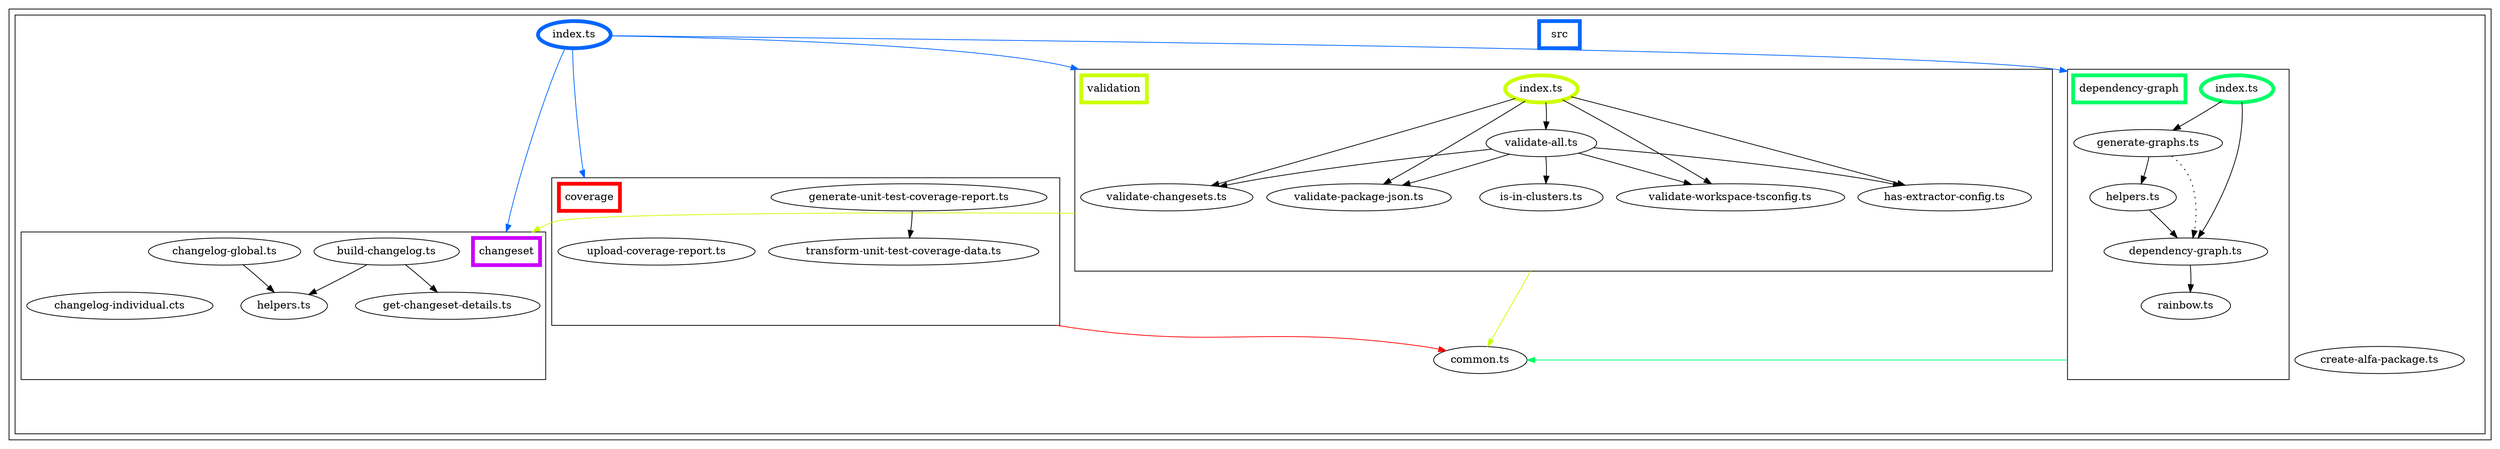
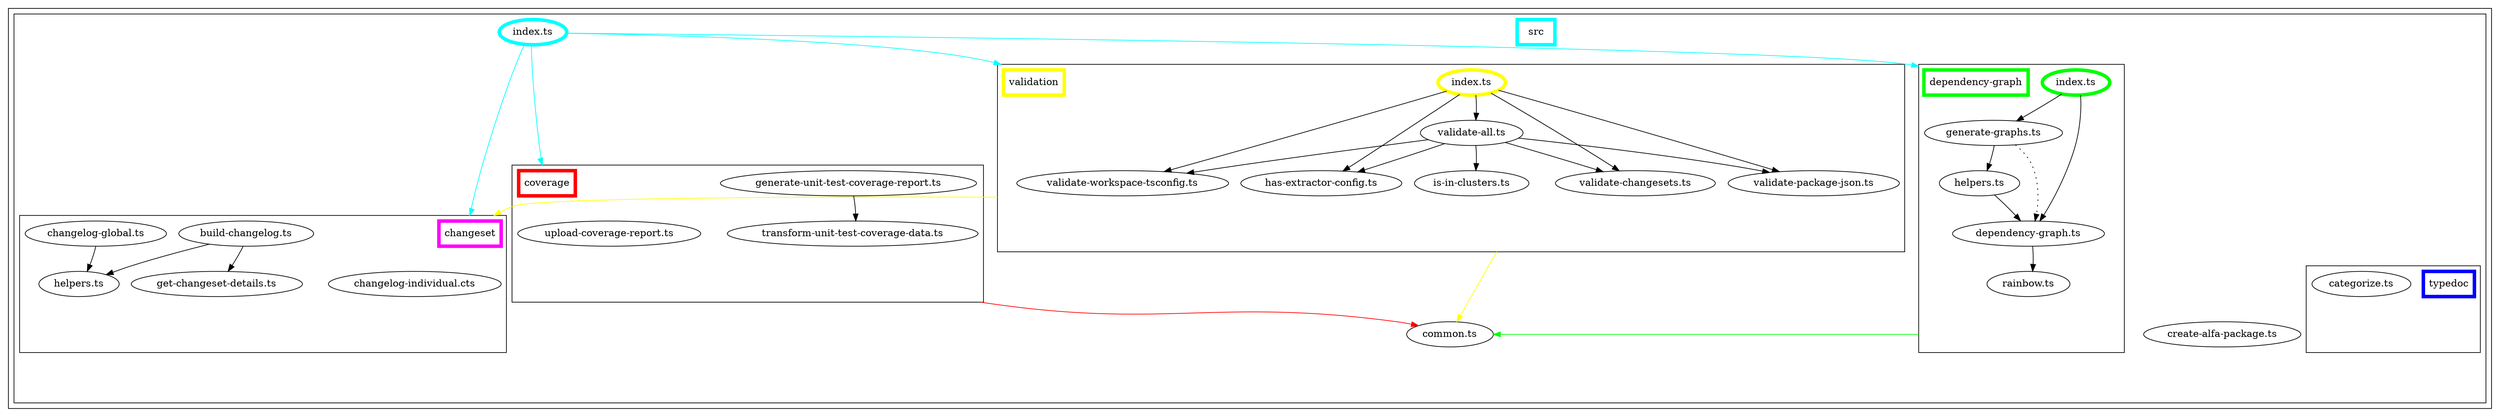
digraph "dependency-graph-@siteimprove/alfa-toolchain" {
  compound = true;
  "src/dependency-graph/rainbow.ts";
  "src/common.ts";
  "exit_src/coverage";
  "src/coverage/transform-unit-test-coverage-data.ts";
  "src/dependency-graph/dependency-graph.ts";
  "src/dependency-graph/generate-graphs.ts";
  "src/changeset/get-changeset-details.ts";
  "exit_src/validation";
  "name_src/changeset";
  "exit_src/dependency-graph";
  "src/dependency-graph/helpers.ts";
  "src/changeset/helpers.ts";
  "src/validation/has-extractor-config.ts";
  "src/validation/validate-all.ts";
  "src/validation/validate-changesets.ts";
  "src/validation/validate-package-json.ts";
  "src/validation/validate-workspace-tsconfig.ts";
  "src/changeset/build-changelog.ts";
  "src/changeset/changelog-global.ts";
  "src/changeset/changelog-individual.cts";
  "src/coverage/generate-unit-test-coverage-report.ts";
  "name_src/coverage";
  "src/coverage/upload-coverage-report.ts";
  "src/dependency-graph/index.ts";
  "name_src/dependency-graph";
  "src/validation/index.ts";
  "name_src/validation";
  "src/validation/is-in-clusters.ts";
  subgraph "cluster_src" {
    color = "#000000";
    label = "";
    "exit_src" [
      style = "invis";
    ];
    subgraph "cluster_src" {
      color = "#000000";
      label = "";
      "name_src" [
        penwidth = 5;
        shape = "rectangle";
-         color = "#0066ff";
+         color = "#00ffff";
        label = "src";
      ];
      "exit_src" [
        style = "invis";
      ];
      "src/create-alfa-package.ts" [
        label = "create-alfa-package.ts";
      ];
      "src/common.ts" [
        label = "common.ts";
      ];
      "src/index.ts" [
        label = "index.ts";
-         color = "#0066ff";
+         color = "#00ffff";
        penwidth = 5;
      ];
+       subgraph "cluster_src/typedoc" {
+         color = "#000000";
+         label = "";
+         "name_src/typedoc" [
+           penwidth = 5;
+           shape = "rectangle";
+           color = "#0000ff";
+           label = "typedoc";
+         ];
+         "exit_src/typedoc" [
+           style = "invis";
+         ];
+         "src/typedoc/categorize.ts" [
+           label = "categorize.ts";
+         ];
+         "src/typedoc/categorize.ts" -> "exit_src/typedoc" [
+           style = "invis";
+         ];
+       }
      subgraph "cluster_src/dependency-graph" {
        color = "#000000";
        label = "";
        "name_src/dependency-graph" [
          penwidth = 5;
          shape = "rectangle";
-           color = "#00ff66";
+           color = "#00ff00";
          label = "dependency-graph";
        ];
        "exit_src/dependency-graph" [
          style = "invis";
        ];
        "src/dependency-graph/dependency-graph.ts" [
          label = "dependency-graph.ts";
        ];
        "src/dependency-graph/index.ts" [
          label = "index.ts";
-           color = "#00ff66";
+           color = "#00ff00";
          penwidth = 5;
        ];
        "src/dependency-graph/generate-graphs.ts" [
          label = "generate-graphs.ts";
        ];
        "src/dependency-graph/rainbow.ts" [
          label = "rainbow.ts";
        ];
        "src/dependency-graph/helpers.ts" [
          label = "helpers.ts";
        ];
        "src/dependency-graph/dependency-graph.ts" -> "exit_src/dependency-graph" [
          style = "invis";
        ];
        "src/dependency-graph/index.ts" -> "exit_src/dependency-graph" [
          style = "invis";
        ];
        "src/dependency-graph/generate-graphs.ts" -> "exit_src/dependency-graph" [
          style = "invis";
        ];
        "src/dependency-graph/rainbow.ts" -> "exit_src/dependency-graph" [
          style = "invis";
        ];
        "src/dependency-graph/helpers.ts" -> "exit_src/dependency-graph" [
          style = "invis";
        ];
      }
      subgraph "cluster_src/coverage" {
        color = "#000000";
        label = "";
        "name_src/coverage" [
          penwidth = 5;
          shape = "rectangle";
          color = "#ff0000";
          label = "coverage";
        ];
        "exit_src/coverage" [
          style = "invis";
        ];
        "src/coverage/generate-unit-test-coverage-report.ts" [
          label = "generate-unit-test-coverage-report.ts";
        ];
        "src/coverage/upload-coverage-report.ts" [
          label = "upload-coverage-report.ts";
        ];
        "src/coverage/transform-unit-test-coverage-data.ts" [
          label = "transform-unit-test-coverage-data.ts";
        ];
        "src/coverage/generate-unit-test-coverage-report.ts" -> "exit_src/coverage" [
          style = "invis";
        ];
        "src/coverage/upload-coverage-report.ts" -> "exit_src/coverage" [
          style = "invis";
        ];
        "src/coverage/transform-unit-test-coverage-data.ts" -> "exit_src/coverage" [
          style = "invis";
        ];
      }
      subgraph "cluster_src/validation" {
        color = "#000000";
        label = "";
        "name_src/validation" [
          penwidth = 5;
          shape = "rectangle";
-           color = "#ccff00";
+           color = "#ffff00";
          label = "validation";
        ];
        "exit_src/validation" [
          style = "invis";
        ];
        "src/validation/validate-changesets.ts" [
          label = "validate-changesets.ts";
        ];
        "src/validation/index.ts" [
          label = "index.ts";
-           color = "#ccff00";
+           color = "#ffff00";
          penwidth = 5;
        ];
        "src/validation/has-extractor-config.ts" [
          label = "has-extractor-config.ts";
        ];
        "src/validation/is-in-clusters.ts" [
          label = "is-in-clusters.ts";
        ];
        "src/validation/validate-workspace-tsconfig.ts" [
          label = "validate-workspace-tsconfig.ts";
        ];
        "src/validation/validate-package-json.ts" [
          label = "validate-package-json.ts";
        ];
        "src/validation/validate-all.ts" [
          label = "validate-all.ts";
        ];
        "src/validation/validate-changesets.ts" -> "exit_src/validation" [
          style = "invis";
        ];
        "src/validation/index.ts" -> "exit_src/validation" [
          style = "invis";
        ];
        "src/validation/has-extractor-config.ts" -> "exit_src/validation" [
          style = "invis";
        ];
        "src/validation/is-in-clusters.ts" -> "exit_src/validation" [
          style = "invis";
        ];
        "src/validation/validate-workspace-tsconfig.ts" -> "exit_src/validation" [
          style = "invis";
        ];
        "src/validation/validate-package-json.ts" -> "exit_src/validation" [
          style = "invis";
        ];
        "src/validation/validate-all.ts" -> "exit_src/validation" [
          style = "invis";
        ];
      }
      subgraph "cluster_src/changeset" {
        color = "#000000";
        label = "";
        "name_src/changeset" [
          penwidth = 5;
          shape = "rectangle";
-           color = "#cc00ff";
+           color = "#ff00ff";
          label = "changeset";
        ];
        "exit_src/changeset" [
          style = "invis";
        ];
        "src/changeset/build-changelog.ts" [
          label = "build-changelog.ts";
        ];
        "src/changeset/changelog-global.ts" [
          label = "changelog-global.ts";
        ];
        "src/changeset/get-changeset-details.ts" [
          label = "get-changeset-details.ts";
        ];
        "src/changeset/changelog-individual.cts" [
          label = "changelog-individual.cts";
        ];
        "src/changeset/helpers.ts" [
          label = "helpers.ts";
        ];
        "src/changeset/build-changelog.ts" -> "exit_src/changeset" [
          style = "invis";
        ];
        "src/changeset/changelog-global.ts" -> "exit_src/changeset" [
          style = "invis";
        ];
        "src/changeset/get-changeset-details.ts" -> "exit_src/changeset" [
          style = "invis";
        ];
        "src/changeset/changelog-individual.cts" -> "exit_src/changeset" [
          style = "invis";
        ];
        "src/changeset/helpers.ts" -> "exit_src/changeset" [
          style = "invis";
        ];
      }
+       "exit_src/typedoc" -> "exit_src" [
+         style = "invis";
+       ];
      "src/create-alfa-package.ts" -> "exit_src" [
        style = "invis";
      ];
      "src/common.ts" -> "exit_src" [
        style = "invis";
      ];
      "exit_src/dependency-graph" -> "exit_src" [
        style = "invis";
      ];
      "exit_src/coverage" -> "exit_src" [
        style = "invis";
      ];
      "exit_src/dependency-graph" -> "exit_src" [
        style = "invis";
      ];
      "exit_src/validation" -> "exit_src" [
        style = "invis";
      ];
      "exit_src/dependency-graph" -> "exit_src" [
        style = "invis";
      ];
      "exit_src/changeset" -> "exit_src" [
        style = "invis";
      ];
      "exit_src/validation" -> "exit_src" [
        style = "invis";
      ];
      "exit_src/validation" -> "exit_src" [
        style = "invis";
      ];
      "exit_src/changeset" -> "exit_src" [
        style = "invis";
      ];
      "exit_src/coverage" -> "exit_src" [
        style = "invis";
      ];
      "exit_src/validation" -> "exit_src" [
        style = "invis";
      ];
      "exit_src/dependency-graph" -> "exit_src" [
        style = "invis";
      ];
      "exit_src/validation" -> "exit_src" [
        style = "invis";
      ];
      "src/index.ts" -> "exit_src" [
        style = "invis";
      ];
      "exit_src/dependency-graph" -> "exit_src" [
        style = "invis";
      ];
      "exit_src/changeset" -> "exit_src" [
        style = "invis";
      ];
      "exit_src/changeset" -> "exit_src" [
        style = "invis";
      ];
      "exit_src/validation" -> "exit_src" [
        style = "invis";
      ];
      "exit_src/validation" -> "exit_src" [
        style = "invis";
      ];
      "exit_src/coverage" -> "exit_src" [
        style = "invis";
      ];
      "exit_src/changeset" -> "exit_src" [
        style = "invis";
      ];
    }
+     "exit_src" -> "exit_src" [
+       style = "invis";
+     ];
    "exit_src" -> "exit_src" [
      style = "invis";
    ];
    "exit_src" -> "exit_src" [
      style = "invis";
    ];
    "exit_src" -> "exit_src" [
      style = "invis";
    ];
    "exit_src" -> "exit_src" [
      style = "invis";
    ];
    "exit_src" -> "exit_src" [
      style = "invis";
    ];
    "exit_src" -> "exit_src" [
      style = "invis";
    ];
    "exit_src" -> "exit_src" [
      style = "invis";
    ];
    "exit_src" -> "exit_src" [
      style = "invis";
    ];
    "exit_src" -> "exit_src" [
      style = "invis";
    ];
    "exit_src" -> "exit_src" [
      style = "invis";
    ];
    "exit_src" -> "exit_src" [
      style = "invis";
    ];
    "exit_src" -> "exit_src" [
      style = "invis";
    ];
    "exit_src" -> "exit_src" [
      style = "invis";
    ];
    "exit_src" -> "exit_src" [
      style = "invis";
    ];
    "exit_src" -> "exit_src" [
      style = "invis";
    ];
    "exit_src" -> "exit_src" [
      style = "invis";
    ];
    "exit_src" -> "exit_src" [
      style = "invis";
    ];
    "exit_src" -> "exit_src" [
      style = "invis";
    ];
    "exit_src" -> "exit_src" [
      style = "invis";
    ];
    "exit_src" -> "exit_src" [
      style = "invis";
    ];
    "exit_src" -> "exit_src" [
      style = "invis";
    ];
    "exit_src" -> "exit_src" [
      style = "invis";
    ];
    "exit_src" -> "exit_src" [
      style = "invis";
    ];
  }
  "src/dependency-graph/dependency-graph.ts" -> "src/dependency-graph/rainbow.ts" [
    style = "invis";
  ];
  "src/dependency-graph/dependency-graph.ts" -> "src/dependency-graph/rainbow.ts" [
    style = "solid";
    color = "black";
  ];
  "src/coverage/generate-unit-test-coverage-report.ts" -> "src/common.ts" [
    style = "invis";
  ];
  "exit_src/coverage" -> "src/common.ts" [
    style = "solid";
    color = "#ff0000";
    ltail = "cluster_src/coverage";
  ];
  "src/coverage/generate-unit-test-coverage-report.ts" -> "src/coverage/transform-unit-test-coverage-data.ts" [
    style = "invis";
  ];
  "src/coverage/generate-unit-test-coverage-report.ts" -> "src/coverage/transform-unit-test-coverage-data.ts" [
    style = "solid";
    color = "black";
  ];
  "src/dependency-graph/index.ts" -> "src/dependency-graph/dependency-graph.ts" [
    style = "invis";
  ];
  "src/dependency-graph/index.ts" -> "src/dependency-graph/dependency-graph.ts" [
    style = "solid";
    color = "black";
  ];
  "src/dependency-graph/index.ts" -> "src/dependency-graph/generate-graphs.ts" [
    style = "invis";
  ];
  "src/dependency-graph/index.ts" -> "src/dependency-graph/generate-graphs.ts" [
    style = "solid";
    color = "black";
  ];
  "exit_src/validation" -> "name_src/changeset" [
    style = "solid";
-     color = "#ccff00";
+     color = "#ffff00";
    lhead = "cluster_src/changeset";
    ltail = "cluster_src/validation";
  ];
  "src/dependency-graph/generate-graphs.ts" -> "src/common.ts" [
    style = "invis";
  ];
  "exit_src/dependency-graph" -> "src/common.ts" [
    style = "solid";
-     color = "#00ff66";
+     color = "#00ff00";
    ltail = "cluster_src/dependency-graph";
  ];
  "src/dependency-graph/generate-graphs.ts" -> "src/dependency-graph/dependency-graph.ts" [
    style = "invis";
  ];
  "src/dependency-graph/generate-graphs.ts" -> "src/dependency-graph/dependency-graph.ts" [
    style = "dotted";
    color = "black";
  ];
  "src/dependency-graph/generate-graphs.ts" -> "src/dependency-graph/helpers.ts" [
    style = "invis";
  ];
  "src/dependency-graph/generate-graphs.ts" -> "src/dependency-graph/helpers.ts" [
    style = "solid";
    color = "black";
  ];
  "src/changeset/build-changelog.ts" -> "src/changeset/get-changeset-details.ts" [
    style = "invis";
  ];
  "src/changeset/build-changelog.ts" -> "src/changeset/get-changeset-details.ts" [
    style = "solid";
    color = "black";
  ];
  "src/changeset/build-changelog.ts" -> "src/changeset/helpers.ts" [
    style = "invis";
  ];
  "src/changeset/build-changelog.ts" -> "src/changeset/helpers.ts" [
    style = "solid";
    color = "black";
  ];
  "src/validation/index.ts" -> "src/validation/has-extractor-config.ts" [
    style = "invis";
  ];
  "src/validation/index.ts" -> "src/validation/has-extractor-config.ts" [
    style = "solid";
    color = "black";
  ];
  "src/validation/index.ts" -> "src/validation/validate-all.ts" [
    style = "invis";
  ];
  "src/validation/index.ts" -> "src/validation/validate-all.ts" [
    style = "solid";
    color = "black";
  ];
  "src/validation/index.ts" -> "src/validation/validate-changesets.ts" [
    style = "invis";
  ];
  "src/validation/index.ts" -> "src/validation/validate-changesets.ts" [
    style = "solid";
    color = "black";
  ];
  "src/validation/index.ts" -> "src/validation/validate-package-json.ts" [
    style = "invis";
  ];
  "src/validation/index.ts" -> "src/validation/validate-package-json.ts" [
    style = "solid";
    color = "black";
  ];
  "src/validation/index.ts" -> "src/validation/validate-workspace-tsconfig.ts" [
    style = "invis";
  ];
  "src/validation/index.ts" -> "src/validation/validate-workspace-tsconfig.ts" [
    style = "solid";
    color = "black";
  ];
  "src/changeset/changelog-global.ts" -> "src/changeset/helpers.ts" [
    style = "invis";
  ];
  "src/changeset/changelog-global.ts" -> "src/changeset/helpers.ts" [
    style = "solid";
    color = "black";
  ];
  "src/index.ts" -> "name_src/changeset" [
    style = "solid";
-     color = "#0066ff";
+     color = "#00ffff";
    lhead = "cluster_src/changeset";
  ];
  "src/index.ts" -> "name_src/changeset" [
    style = "invis";
-     color = "#0066ff";
+     color = "#00ffff";
    lhead = "cluster_src/changeset";
  ];
  "src/index.ts" -> "name_src/changeset" [
    style = "invis";
-     color = "#0066ff";
+     color = "#00ffff";
    lhead = "cluster_src/changeset";
  ];
  "src/index.ts" -> "name_src/coverage" [
    style = "solid";
-     color = "#0066ff";
+     color = "#00ffff";
    lhead = "cluster_src/coverage";
  ];
  "src/index.ts" -> "name_src/coverage" [
    style = "invis";
-     color = "#0066ff";
+     color = "#00ffff";
    lhead = "cluster_src/coverage";
  ];
  "src/index.ts" -> "name_src/dependency-graph" [
    style = "solid";
-     color = "#0066ff";
+     color = "#00ffff";
    lhead = "cluster_src/dependency-graph";
  ];
  "src/index.ts" -> "name_src/validation" [
    style = "solid";
-     color = "#0066ff";
+     color = "#00ffff";
    lhead = "cluster_src/validation";
  ];
  "src/dependency-graph/helpers.ts" -> "src/dependency-graph/dependency-graph.ts" [
    style = "invis";
  ];
  "src/dependency-graph/helpers.ts" -> "src/dependency-graph/dependency-graph.ts" [
    style = "solid";
    color = "black";
  ];
  "src/validation/validate-all.ts" -> "src/common.ts" [
    style = "invis";
  ];
  "exit_src/validation" -> "src/common.ts" [
    style = "solid";
-     color = "#ccff00";
+     color = "#ffff00";
    ltail = "cluster_src/validation";
  ];
  "src/validation/validate-all.ts" -> "src/validation/has-extractor-config.ts" [
    style = "invis";
  ];
  "src/validation/validate-all.ts" -> "src/validation/has-extractor-config.ts" [
    style = "solid";
    color = "black";
  ];
  "src/validation/validate-all.ts" -> "src/validation/is-in-clusters.ts" [
    style = "invis";
  ];
  "src/validation/validate-all.ts" -> "src/validation/is-in-clusters.ts" [
    style = "solid";
    color = "black";
  ];
  "src/validation/validate-all.ts" -> "src/validation/validate-changesets.ts" [
    style = "invis";
  ];
  "src/validation/validate-all.ts" -> "src/validation/validate-changesets.ts" [
    style = "solid";
    color = "black";
  ];
  "src/validation/validate-all.ts" -> "src/validation/validate-package-json.ts" [
    style = "invis";
  ];
  "src/validation/validate-all.ts" -> "src/validation/validate-package-json.ts" [
    style = "solid";
    color = "black";
  ];
  "src/validation/validate-all.ts" -> "src/validation/validate-workspace-tsconfig.ts" [
    style = "invis";
  ];
  "src/validation/validate-all.ts" -> "src/validation/validate-workspace-tsconfig.ts" [
    style = "solid";
    color = "black";
  ];
}